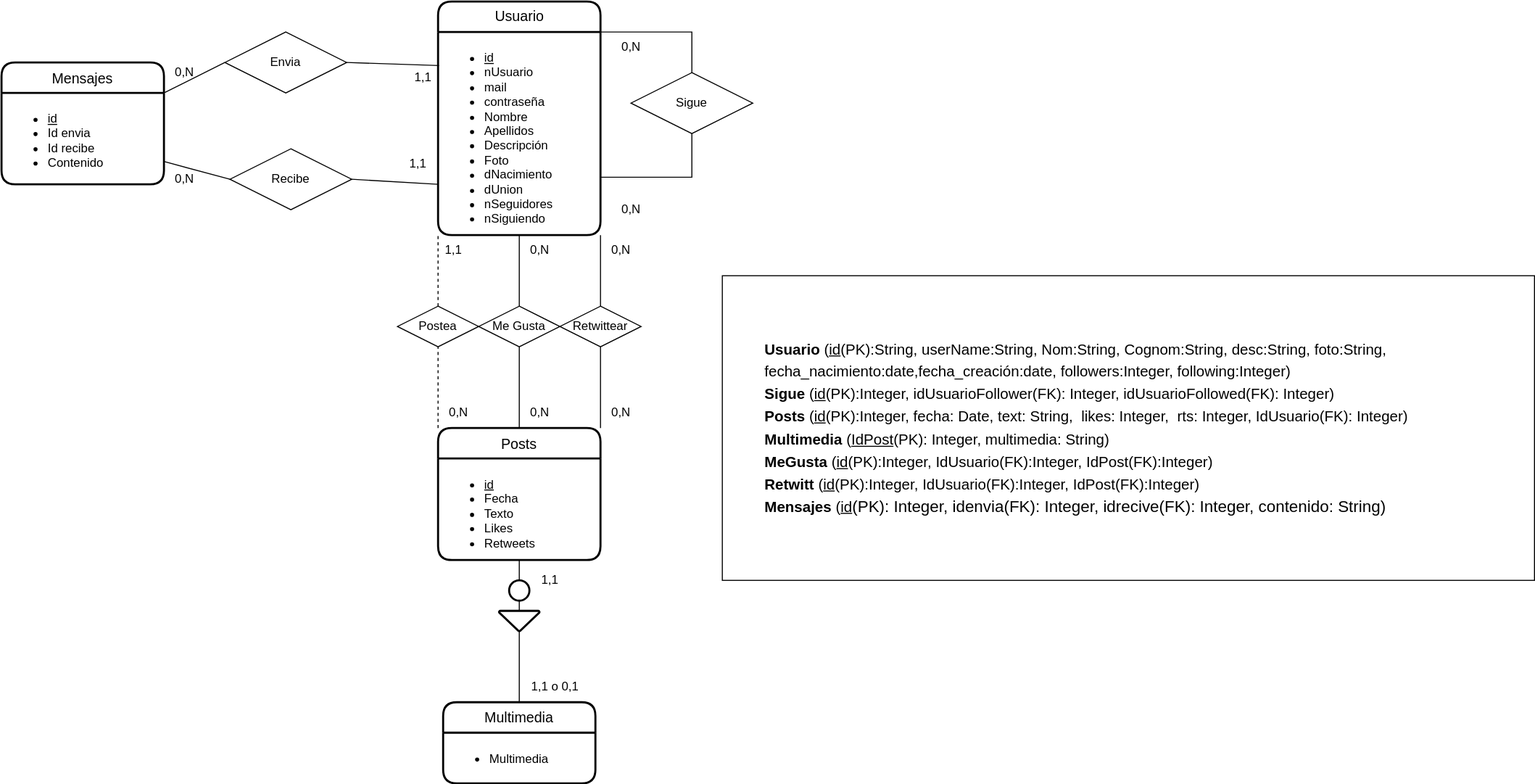
The draw.io diagram UD12-16.svg in Jimxx22/C3-UD11-UML, before a commit. Source tidied: cells renumbered, new cells last; positions are measured from the earlier drawing's top-left corner, leaving out a move shared by most shapes.
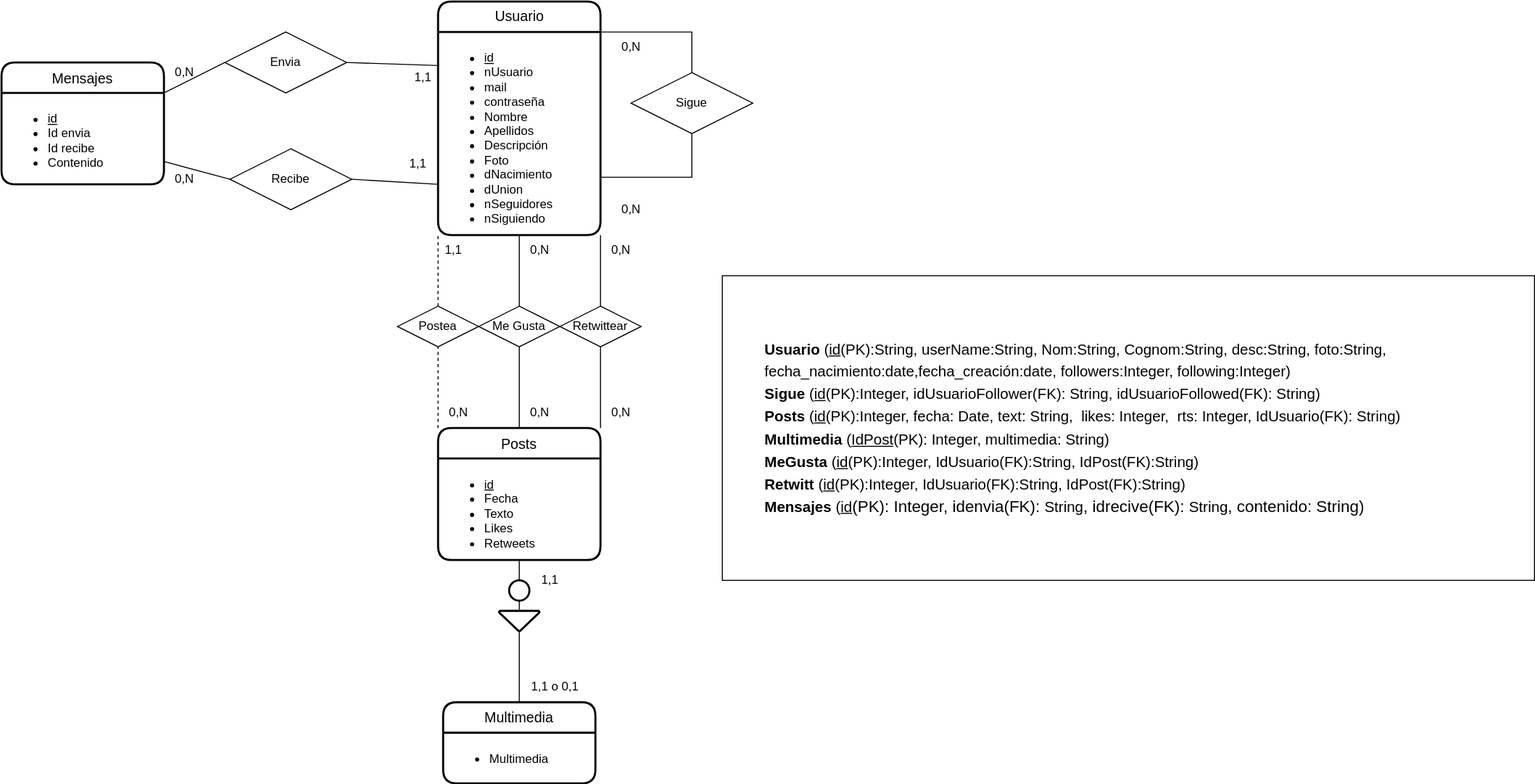
After the change.

What changed in the source:
```diff
@@ -145,7 +145,7 @@
     <mxCell id="46" value="0,N" style="text;html=1;align=center;verticalAlign=middle;strokeColor=none;fillColor=none;" parent="1" vertex="1">
       <mxGeometry x="590" y="390" width="40" height="30" as="geometry" />
     </mxCell>
-    <mxCell id="47" value="&lt;blockquote style=&quot;margin: 0 0 0 40px; border: none; padding: 0px;&quot;&gt;&lt;span id=&quot;docs-internal-guid-eda74172-7fff-022f-79f8-70847a2121b6&quot;&gt;&lt;p style=&quot;line-height:1.38;margin-top:0pt;margin-bottom:0pt;&quot; dir=&quot;ltr&quot;&gt;&lt;span style=&quot;font-size: 11pt; font-family: Arial; background-color: transparent; font-variant-numeric: normal; font-variant-east-asian: normal; vertical-align: baseline;&quot;&gt;&lt;b&gt;Usuario &lt;/b&gt;(&lt;/span&gt;&lt;span style=&quot;font-size: 11pt; font-family: Arial; background-color: transparent; font-variant-numeric: normal; font-variant-east-asian: normal; text-decoration-line: underline; text-decoration-skip-ink: none; vertical-align: baseline;&quot;&gt;id&lt;/span&gt;&lt;span style=&quot;font-size: 11pt; font-family: Arial; background-color: transparent; font-variant-numeric: normal; font-variant-east-asian: normal; vertical-align: baseline;&quot;&gt;(PK):String, userName:String, Nom:String, Cognom:String, desc:String, foto:String, fecha_nacimiento:date,fecha_creación:date, followers:Integer, following:Integer)&lt;/span&gt;&lt;/p&gt;&lt;/span&gt;&lt;span id=&quot;docs-internal-guid-eda74172-7fff-022f-79f8-70847a2121b6&quot;&gt;&lt;p style=&quot;line-height:1.38;margin-top:0pt;margin-bottom:0pt;&quot; dir=&quot;ltr&quot;&gt;&lt;span style=&quot;font-size: 11pt; font-family: Arial; background-color: transparent; font-variant-numeric: normal; font-variant-east-asian: normal; vertical-align: baseline;&quot;&gt;&lt;b&gt;Sigue &lt;/b&gt;(&lt;/span&gt;&lt;span style=&quot;font-size: 11pt; font-family: Arial; background-color: transparent; font-variant-numeric: normal; font-variant-east-asian: normal; text-decoration-line: underline; text-decoration-skip-ink: none; vertical-align: baseline;&quot;&gt;id&lt;/span&gt;&lt;span style=&quot;font-size: 11pt; font-family: Arial; background-color: transparent; font-variant-numeric: normal; font-variant-east-asian: normal; vertical-align: baseline;&quot;&gt;(PK):Integer, idUsuarioFollower(FK): Integer, idUsuarioFollowed(FK): Integer)&lt;/span&gt;&lt;/p&gt;&lt;/span&gt;&lt;span id=&quot;docs-internal-guid-eda74172-7fff-022f-79f8-70847a2121b6&quot;&gt;&lt;p style=&quot;line-height:1.38;margin-top:0pt;margin-bottom:0pt;&quot; dir=&quot;ltr&quot;&gt;&lt;span style=&quot;font-size: 11pt; font-family: Arial; background-color: transparent; font-variant-numeric: normal; font-variant-east-asian: normal; vertical-align: baseline;&quot;&gt;&lt;b&gt;Posts &lt;/b&gt;(&lt;/span&gt;&lt;span style=&quot;font-size: 11pt; font-family: Arial; background-color: transparent; font-variant-numeric: normal; font-variant-east-asian: normal; text-decoration-line: underline; text-decoration-skip-ink: none; vertical-align: baseline;&quot;&gt;id&lt;/span&gt;&lt;span style=&quot;font-size: 11pt; font-family: Arial; background-color: transparent; font-variant-numeric: normal; font-variant-east-asian: normal; vertical-align: baseline;&quot;&gt;(PK):Integer, fecha: Date, text: String,&amp;nbsp; likes: Integer,&amp;nbsp; rts: Integer, IdUsuario(FK): Integer)&lt;/span&gt;&lt;/p&gt;&lt;/span&gt;&lt;span id=&quot;docs-internal-guid-eda74172-7fff-022f-79f8-70847a2121b6&quot;&gt;&lt;p style=&quot;line-height:1.38;margin-top:0pt;margin-bottom:0pt;&quot; dir=&quot;ltr&quot;&gt;&lt;span style=&quot;font-size: 11pt; font-family: Arial; background-color: transparent; font-variant-numeric: normal; font-variant-east-asian: normal; vertical-align: baseline;&quot;&gt;&lt;b&gt;Multimedia&lt;/b&gt; (&lt;/span&gt;&lt;span style=&quot;font-size: 11pt; font-family: Arial; background-color: transparent; font-variant-numeric: normal; font-variant-east-asian: normal; text-decoration-line: underline; text-decoration-skip-ink: none; vertical-align: baseline;&quot;&gt;IdPost&lt;/span&gt;&lt;span style=&quot;font-size: 11pt; font-family: Arial; background-color: transparent; font-variant-numeric: normal; font-variant-east-asian: normal; vertical-align: baseline;&quot;&gt;(PK): Integer, multimedia: String)&lt;/span&gt;&lt;/p&gt;&lt;/span&gt;&lt;span id=&quot;docs-internal-guid-eda74172-7fff-022f-79f8-70847a2121b6&quot;&gt;&lt;p style=&quot;line-height:1.38;margin-top:0pt;margin-bottom:0pt;&quot; dir=&quot;ltr&quot;&gt;&lt;span style=&quot;font-size: 11pt; font-family: Arial; background-color: transparent; font-variant-numeric: normal; font-variant-east-asian: normal; vertical-align: baseline;&quot;&gt;&lt;b&gt;MeGusta&amp;nbsp;&lt;/b&gt;(&lt;/span&gt;&lt;span style=&quot;font-size: 11pt; font-family: Arial; background-color: transparent; font-variant-numeric: normal; font-variant-east-asian: normal; text-decoration-line: underline; text-decoration-skip-ink: none; vertical-align: baseline;&quot;&gt;id&lt;/span&gt;&lt;span style=&quot;font-size: 11pt; font-family: Arial; background-color: transparent; font-variant-numeric: normal; font-variant-east-asian: normal; vertical-align: baseline;&quot;&gt;(PK):Integer, IdUsuario(FK):Integer, IdPost(FK):Integer)&lt;/span&gt;&lt;/p&gt;&lt;/span&gt;&lt;span id=&quot;docs-internal-guid-eda74172-7fff-022f-79f8-70847a2121b6&quot;&gt;&lt;p style=&quot;line-height:1.38;margin-top:0pt;margin-bottom:0pt;&quot; dir=&quot;ltr&quot;&gt;&lt;span style=&quot;font-size: 11pt; font-family: Arial; background-color: transparent; font-variant-numeric: normal; font-variant-east-asian: normal; vertical-align: baseline;&quot;&gt;&lt;b&gt;Retwitt &lt;/b&gt;(&lt;/span&gt;&lt;span style=&quot;font-size: 11pt; font-family: Arial; background-color: transparent; font-variant-numeric: normal; font-variant-east-asian: normal; text-decoration-line: underline; text-decoration-skip-ink: none; vertical-align: baseline;&quot;&gt;id&lt;/span&gt;&lt;span style=&quot;font-size: 11pt; font-family: Arial; background-color: transparent; font-variant-numeric: normal; font-variant-east-asian: normal; vertical-align: baseline;&quot;&gt;(PK):Integer, IdUsuario(FK):Integer, IdPost(FK):Integer)&lt;/span&gt;&lt;/p&gt;&lt;p style=&quot;line-height:1.38;margin-top:0pt;margin-bottom:0pt;&quot; dir=&quot;ltr&quot;&gt;&lt;span style=&quot;background-color: transparent; font-family: Arial; font-size: 11pt; font-variant-numeric: normal; font-variant-east-asian: normal; vertical-align: baseline;&quot;&gt;&lt;b&gt;Mensajes &lt;/b&gt;(&lt;/span&gt;&lt;span style=&quot;background-color: transparent; font-family: Arial; font-size: 11pt; font-variant-numeric: normal; font-variant-east-asian: normal; text-decoration-line: underline; text-decoration-skip-ink: none; vertical-align: baseline;&quot;&gt;id&lt;/span&gt;&lt;span style=&quot;background-color: transparent; font-family: Arial; font-variant-numeric: normal; font-variant-east-asian: normal; vertical-align: baseline;&quot;&gt;(PK): Integer, idenvia(FK): Integer, idrecive(FK): Integer, contenido: String)&lt;/span&gt;&lt;/p&gt;&lt;/span&gt;&lt;/blockquote&gt;" style="rounded=0;whiteSpace=wrap;html=1;fontSize=16;align=left;" parent="1" vertex="1">
+    <mxCell id="47" value="&lt;blockquote style=&quot;margin: 0 0 0 40px; border: none; padding: 0px;&quot;&gt;&lt;span id=&quot;docs-internal-guid-eda74172-7fff-022f-79f8-70847a2121b6&quot;&gt;&lt;p style=&quot;line-height:1.38;margin-top:0pt;margin-bottom:0pt;&quot; dir=&quot;ltr&quot;&gt;&lt;span style=&quot;font-size: 11pt; font-family: Arial; background-color: transparent; font-variant-numeric: normal; font-variant-east-asian: normal; vertical-align: baseline;&quot;&gt;&lt;b&gt;Usuario &lt;/b&gt;(&lt;/span&gt;&lt;span style=&quot;font-size: 11pt; font-family: Arial; background-color: transparent; font-variant-numeric: normal; font-variant-east-asian: normal; text-decoration-line: underline; text-decoration-skip-ink: none; vertical-align: baseline;&quot;&gt;id&lt;/span&gt;&lt;span style=&quot;font-size: 11pt; font-family: Arial; background-color: transparent; font-variant-numeric: normal; font-variant-east-asian: normal; vertical-align: baseline;&quot;&gt;(PK):String, userName:String, Nom:String, Cognom:String, desc:String, foto:String, fecha_nacimiento:date,fecha_creación:date, followers:Integer, following:Integer)&lt;/span&gt;&lt;/p&gt;&lt;/span&gt;&lt;span id=&quot;docs-internal-guid-eda74172-7fff-022f-79f8-70847a2121b6&quot;&gt;&lt;p style=&quot;line-height:1.38;margin-top:0pt;margin-bottom:0pt;&quot; dir=&quot;ltr&quot;&gt;&lt;span style=&quot;font-size: 11pt; font-family: Arial; background-color: transparent; font-variant-numeric: normal; font-variant-east-asian: normal; vertical-align: baseline;&quot;&gt;&lt;b&gt;Sigue &lt;/b&gt;(&lt;/span&gt;&lt;span style=&quot;font-size: 11pt; font-family: Arial; background-color: transparent; font-variant-numeric: normal; font-variant-east-asian: normal; text-decoration-line: underline; text-decoration-skip-ink: none; vertical-align: baseline;&quot;&gt;id&lt;/span&gt;&lt;span style=&quot;font-size: 11pt; font-family: Arial; background-color: transparent; font-variant-numeric: normal; font-variant-east-asian: normal; vertical-align: baseline;&quot;&gt;(PK):Integer, idUsuarioFollower(FK):&amp;nbsp;&lt;span style=&quot;font-size: 14.6667px;&quot;&gt;String&lt;/span&gt;, idUsuarioFollowed(FK):&amp;nbsp;&lt;span style=&quot;font-size: 14.6667px;&quot;&gt;String&lt;/span&gt;)&lt;/span&gt;&lt;/p&gt;&lt;/span&gt;&lt;span id=&quot;docs-internal-guid-eda74172-7fff-022f-79f8-70847a2121b6&quot;&gt;&lt;p style=&quot;line-height:1.38;margin-top:0pt;margin-bottom:0pt;&quot; dir=&quot;ltr&quot;&gt;&lt;span style=&quot;font-size: 11pt; font-family: Arial; background-color: transparent; font-variant-numeric: normal; font-variant-east-asian: normal; vertical-align: baseline;&quot;&gt;&lt;b&gt;Posts &lt;/b&gt;(&lt;/span&gt;&lt;span style=&quot;font-size: 11pt; font-family: Arial; background-color: transparent; font-variant-numeric: normal; font-variant-east-asian: normal; text-decoration-line: underline; text-decoration-skip-ink: none; vertical-align: baseline;&quot;&gt;id&lt;/span&gt;&lt;span style=&quot;font-size: 11pt; font-family: Arial; background-color: transparent; font-variant-numeric: normal; font-variant-east-asian: normal; vertical-align: baseline;&quot;&gt;(PK):Integer, fecha: Date, text: String,&amp;nbsp; likes: Integer,&amp;nbsp; rts: Integer, IdUsuario(FK): String)&lt;/span&gt;&lt;/p&gt;&lt;/span&gt;&lt;span id=&quot;docs-internal-guid-eda74172-7fff-022f-79f8-70847a2121b6&quot;&gt;&lt;p style=&quot;line-height:1.38;margin-top:0pt;margin-bottom:0pt;&quot; dir=&quot;ltr&quot;&gt;&lt;span style=&quot;font-size: 11pt; font-family: Arial; background-color: transparent; font-variant-numeric: normal; font-variant-east-asian: normal; vertical-align: baseline;&quot;&gt;&lt;b&gt;Multimedia&lt;/b&gt; (&lt;/span&gt;&lt;span style=&quot;font-size: 11pt; font-family: Arial; background-color: transparent; font-variant-numeric: normal; font-variant-east-asian: normal; text-decoration-line: underline; text-decoration-skip-ink: none; vertical-align: baseline;&quot;&gt;IdPost&lt;/span&gt;&lt;span style=&quot;font-size: 11pt; font-family: Arial; background-color: transparent; font-variant-numeric: normal; font-variant-east-asian: normal; vertical-align: baseline;&quot;&gt;(PK): Integer, multimedia: String)&lt;/span&gt;&lt;/p&gt;&lt;/span&gt;&lt;span id=&quot;docs-internal-guid-eda74172-7fff-022f-79f8-70847a2121b6&quot;&gt;&lt;p style=&quot;line-height:1.38;margin-top:0pt;margin-bottom:0pt;&quot; dir=&quot;ltr&quot;&gt;&lt;span style=&quot;font-size: 11pt; font-family: Arial; background-color: transparent; font-variant-numeric: normal; font-variant-east-asian: normal; vertical-align: baseline;&quot;&gt;&lt;b&gt;MeGusta&amp;nbsp;&lt;/b&gt;(&lt;/span&gt;&lt;span style=&quot;font-size: 11pt; font-family: Arial; background-color: transparent; font-variant-numeric: normal; font-variant-east-asian: normal; text-decoration-line: underline; text-decoration-skip-ink: none; vertical-align: baseline;&quot;&gt;id&lt;/span&gt;&lt;span style=&quot;font-size: 11pt; font-family: Arial; background-color: transparent; font-variant-numeric: normal; font-variant-east-asian: normal; vertical-align: baseline;&quot;&gt;(PK):Integer, IdUsuario(FK):&lt;span style=&quot;font-size: 14.6667px;&quot;&gt;String&lt;/span&gt;, IdPost(FK):&lt;span style=&quot;font-size: 14.6667px;&quot;&gt;String&lt;/span&gt;)&lt;/span&gt;&lt;/p&gt;&lt;/span&gt;&lt;span id=&quot;docs-internal-guid-eda74172-7fff-022f-79f8-70847a2121b6&quot;&gt;&lt;p style=&quot;line-height:1.38;margin-top:0pt;margin-bottom:0pt;&quot; dir=&quot;ltr&quot;&gt;&lt;span style=&quot;font-size: 11pt; font-family: Arial; background-color: transparent; font-variant-numeric: normal; font-variant-east-asian: normal; vertical-align: baseline;&quot;&gt;&lt;b&gt;Retwitt &lt;/b&gt;(&lt;/span&gt;&lt;span style=&quot;font-size: 11pt; font-family: Arial; background-color: transparent; font-variant-numeric: normal; font-variant-east-asian: normal; text-decoration-line: underline; text-decoration-skip-ink: none; vertical-align: baseline;&quot;&gt;id&lt;/span&gt;&lt;span style=&quot;font-size: 11pt; font-family: Arial; background-color: transparent; font-variant-numeric: normal; font-variant-east-asian: normal; vertical-align: baseline;&quot;&gt;(PK):Integer, IdUsuario(FK):&lt;span style=&quot;font-size: 14.6667px;&quot;&gt;String&lt;/span&gt;, IdPost(FK):&lt;span style=&quot;font-size: 14.6667px;&quot;&gt;String&lt;/span&gt;)&lt;/span&gt;&lt;/p&gt;&lt;p style=&quot;line-height:1.38;margin-top:0pt;margin-bottom:0pt;&quot; dir=&quot;ltr&quot;&gt;&lt;span style=&quot;background-color: transparent; font-family: Arial; font-size: 11pt; font-variant-numeric: normal; font-variant-east-asian: normal; vertical-align: baseline;&quot;&gt;&lt;b&gt;Mensajes &lt;/b&gt;(&lt;/span&gt;&lt;span style=&quot;background-color: transparent; font-family: Arial; font-size: 11pt; font-variant-numeric: normal; font-variant-east-asian: normal; text-decoration-line: underline; text-decoration-skip-ink: none; vertical-align: baseline;&quot;&gt;id&lt;/span&gt;&lt;span style=&quot;background-color: transparent; font-family: Arial; font-variant-numeric: normal; font-variant-east-asian: normal; vertical-align: baseline;&quot;&gt;(PK): Integer, idenvia(FK):&amp;nbsp;&lt;span style=&quot;font-size: 14.6667px;&quot;&gt;String&lt;/span&gt;, idrecive(FK):&amp;nbsp;&lt;span style=&quot;font-size: 14.6667px;&quot;&gt;String&lt;/span&gt;, contenido: String)&lt;/span&gt;&lt;/p&gt;&lt;/span&gt;&lt;/blockquote&gt;" style="rounded=0;whiteSpace=wrap;html=1;fontSize=16;align=left;" parent="1" vertex="1">
       <mxGeometry x="710" y="270" width="800" height="300" as="geometry" />
     </mxCell>
   </root>
```
